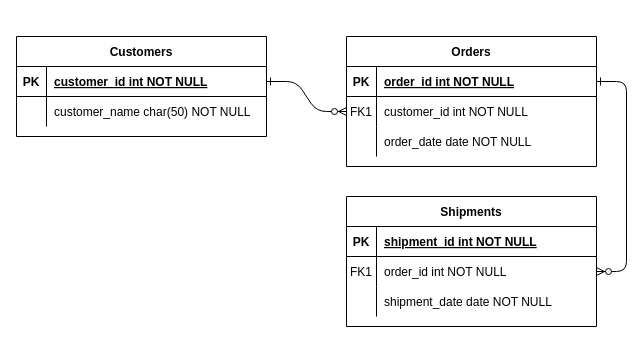
Before: Diagrama sin título.drawio in Alexis-2301/Prueba, a draw.io diagram. Source tidied: cells renumbered, new cells numbered last; positions are measured from the earlier drawing's top-left corner, leaving out a move shared by most shapes. Both pictures are drawn from the tidied source at 100%, with x=0, y=0 at pixel (16, 36).
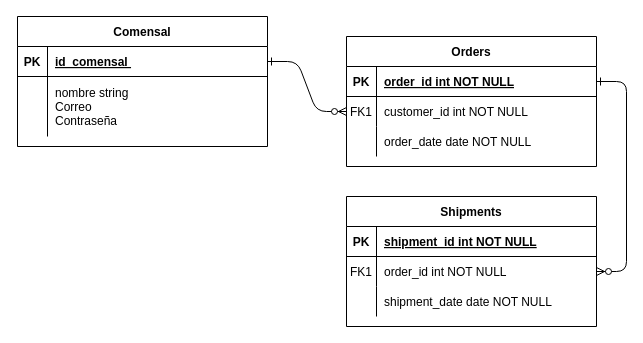
After the change.

Unchanged cells that the change refers to:
```xml
<mxCell id="25" style="shape=partialRectangle;fillColor=none;points=[[0,0.5],[1,0.5]];portConstraint=eastwest;top=0;left=0;right=0;bottom=1;" parent="24" vertex="1">
  <mxGeometry y="30" width="250" height="30" as="geometry" />
</mxCell>
```

Diff of the diagram source:
```diff
@@
-    <mxCell id="24" value="Customers" style="shape=table;startSize=30;childLayout=tableLayout;rowLines=0;fontStyle=1;align=center;" parent="1" vertex="1">
-      <mxGeometry width="250" height="100" as="geometry" />
+    <mxCell id="24" value="Comensal" style="shape=table;startSize=30;childLayout=tableLayout;rowLines=0;fontStyle=1;align=center;" parent="1" vertex="1">
+      <mxGeometry x="1" y="-20" width="250" height="130" as="geometry" />
     </mxCell>
@@
-    <mxCell id="27" value="customer_id int NOT NULL " style="shape=partialRectangle;overflow=hidden;fillColor=none;top=0;left=0;bottom=0;right=0;align=left;spacingLeft=6;fontStyle=5;" parent="25" vertex="1">
+    <mxCell id="27" value="id_comensal " style="shape=partialRectangle;overflow=hidden;fillColor=none;top=0;left=0;bottom=0;right=0;align=left;spacingLeft=6;fontStyle=5;" parent="25" vertex="1">
       <mxGeometry x="30" width="220" height="30" as="geometry" />
     </mxCell>
     <mxCell id="28" style="shape=partialRectangle;fillColor=none;top=0;left=0;right=0;bottom=0;" parent="24" vertex="1">
-      <mxGeometry y="60" width="250" height="30" as="geometry" />
+      <mxGeometry y="60" width="250" height="60" as="geometry" />
     </mxCell>
     <mxCell id="29" style="shape=partialRectangle;overflow=hidden;fillColor=none;top=0;left=0;bottom=0;right=0;" parent="28" vertex="1">
-      <mxGeometry width="30" height="30" as="geometry" />
+      <mxGeometry width="30" height="60" as="geometry" />
     </mxCell>
-    <mxCell id="30" value="customer_name char(50) NOT NULL" style="shape=partialRectangle;overflow=hidden;fillColor=none;top=0;left=0;bottom=0;right=0;align=left;spacingLeft=6;" parent="28" vertex="1">
-      <mxGeometry x="30" width="220" height="30" as="geometry" />
+    <mxCell id="30" value="nombre string&#10;Correo &#10;Contraseña" style="shape=partialRectangle;overflow=hidden;fillColor=none;top=0;left=0;bottom=0;right=0;align=left;spacingLeft=6;" parent="28" vertex="1">
+      <mxGeometry x="30" width="220" height="60" as="geometry" />
     </mxCell>
```
